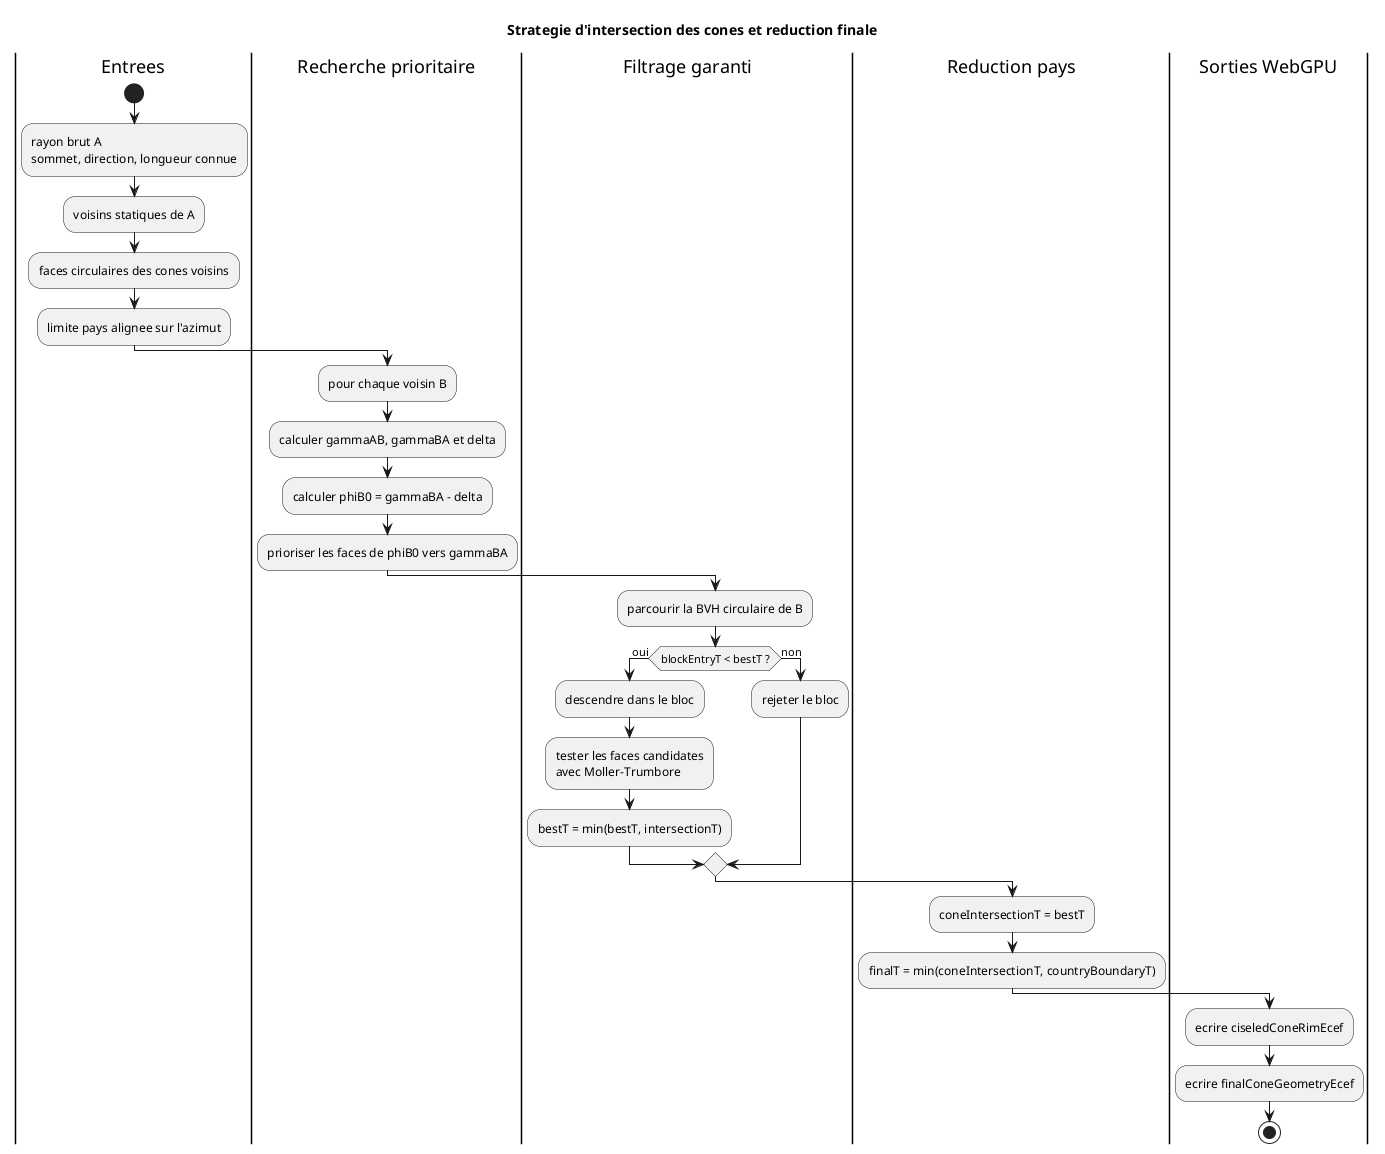
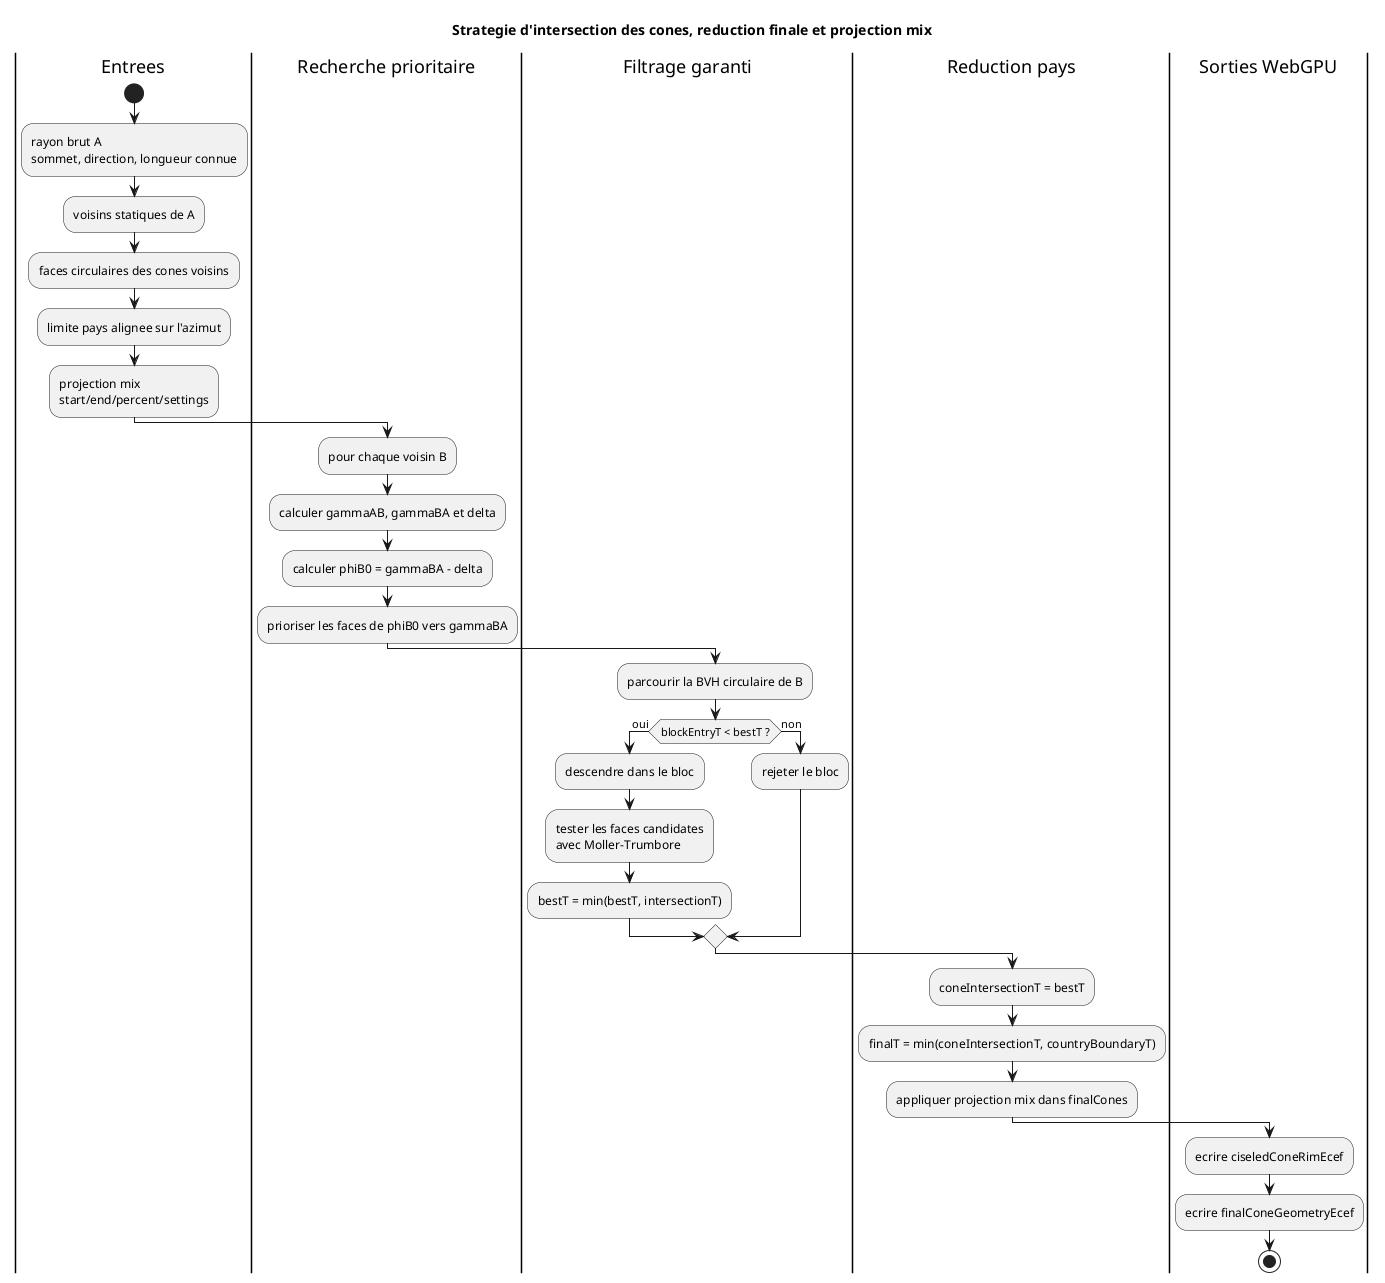
@startuml
- title Strategie d'intersection des cones et reduction finale
+ title Strategie d'intersection des cones, reduction finale et projection mix

|Entrees|
start
:rayon brut A\nsommet, direction, longueur connue;
:voisins statiques de A;
:faces circulaires des cones voisins;
:limite pays alignee sur l'azimut;
+ :projection mix\nstart/end/percent/settings;

|Recherche prioritaire|
:pour chaque voisin B;
:calculer gammaAB, gammaBA et delta;
:calculer phiB0 = gammaBA - delta;
:prioriser les faces de phiB0 vers gammaBA;

|Filtrage garanti|
:parcourir la BVH circulaire de B;
if (blockEntryT < bestT ?) then (oui)
  :descendre dans le bloc;
  :tester les faces candidates\navec Moller-Trumbore;
  :bestT = min(bestT, intersectionT);
else (non)
  :rejeter le bloc;
endif

|Reduction pays|
:coneIntersectionT = bestT;
:finalT = min(coneIntersectionT, countryBoundaryT);
+ :appliquer projection mix dans finalCones;

|Sorties WebGPU|
:ecrire ciseledConeRimEcef;
:ecrire finalConeGeometryEcef;
stop
@enduml
